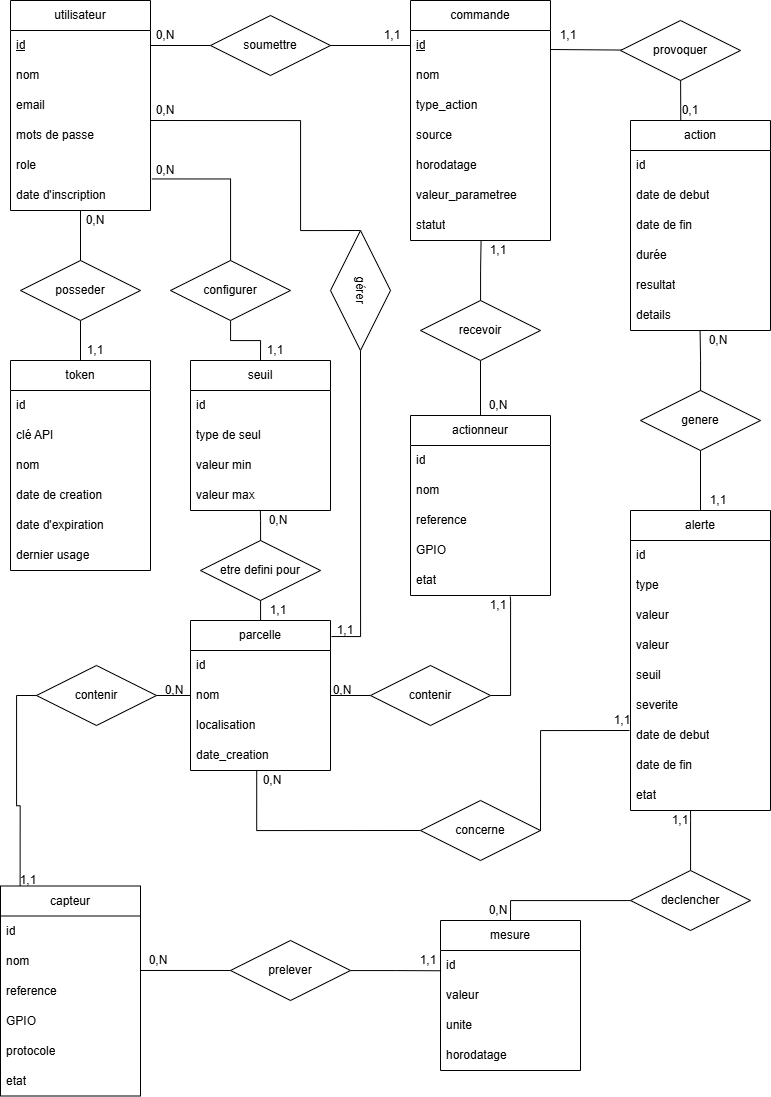
Shut1520/projet_integrateur keeps this draw.io diagram as Diagrammes/2.Merise_&_classe/MCD/MCD.png. Above is the earlier version. Source tidied: cells renumbered, new cells last; positions are measured from the earlier drawing's top-left corner, leaving out a move shared by most shapes.
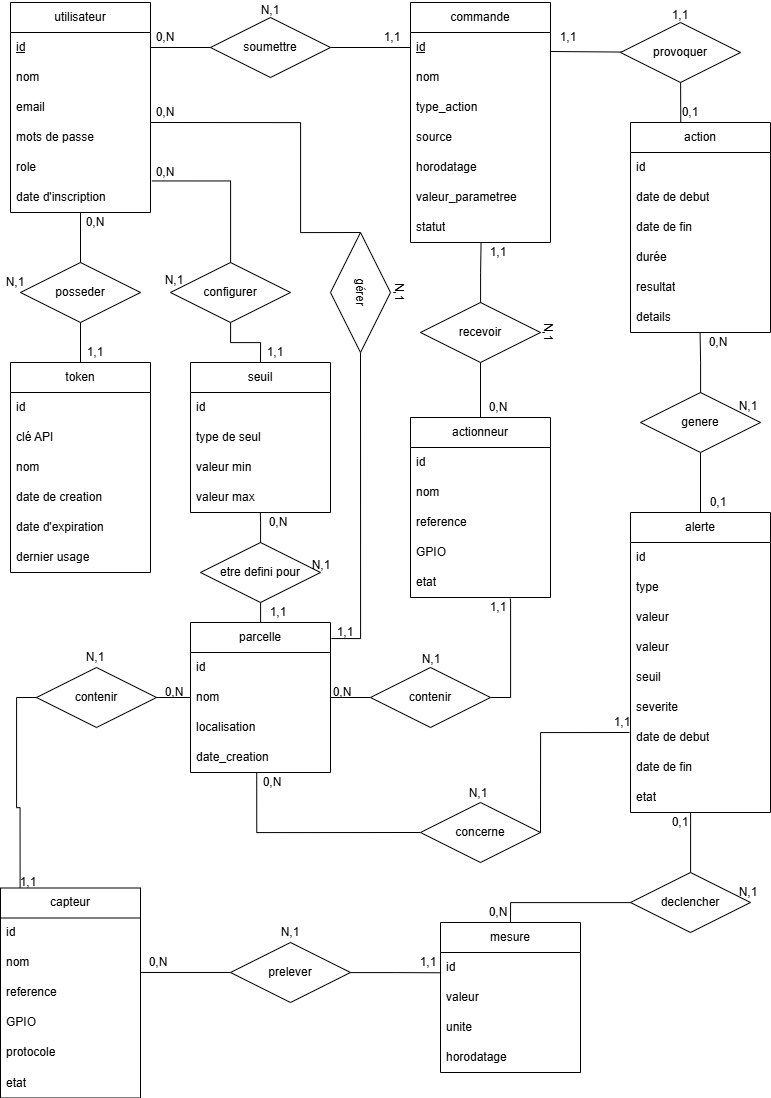
Above is the later version.

Diff of the diagram source:
```diff
@@ -396,7 +396,7 @@
     <mxCell id="120" value="0,N" style="text;html=1;whiteSpace=wrap;strokeColor=none;fillColor=none;align=center;verticalAlign=middle;rounded=0;" parent="1" vertex="1">
       <mxGeometry x="700" y="330" width="36" height="20" as="geometry" />
     </mxCell>
-    <mxCell id="121" value="1,1" style="text;html=1;whiteSpace=wrap;strokeColor=none;fillColor=none;align=center;verticalAlign=middle;rounded=0;" parent="1" vertex="1">
+    <mxCell id="121" value="0,1" style="text;html=1;whiteSpace=wrap;strokeColor=none;fillColor=none;align=center;verticalAlign=middle;rounded=0;" parent="1" vertex="1">
       <mxGeometry x="700" y="490" width="36" height="20" as="geometry" />
     </mxCell>
     <mxCell id="122" value="0,N" style="text;html=1;whiteSpace=wrap;strokeColor=none;fillColor=none;align=center;verticalAlign=middle;rounded=0;" parent="1" vertex="1">
@@ -414,7 +414,7 @@
     <mxCell id="126" value="0,N" style="text;html=1;whiteSpace=wrap;strokeColor=none;fillColor=none;align=center;verticalAlign=middle;rounded=0;" parent="1" vertex="1">
       <mxGeometry x="480" y="900" width="36" height="20" as="geometry" />
     </mxCell>
-    <mxCell id="127" value="1,1" style="text;html=1;whiteSpace=wrap;strokeColor=none;fillColor=none;align=center;verticalAlign=middle;rounded=0;" parent="1" vertex="1">
+    <mxCell id="127" value="0,1" style="text;html=1;whiteSpace=wrap;strokeColor=none;fillColor=none;align=center;verticalAlign=middle;rounded=0;" parent="1" vertex="1">
       <mxGeometry x="662" y="810" width="36" height="20" as="geometry" />
     </mxCell>
     <mxCell id="128" value="1,1" style="text;html=1;whiteSpace=wrap;strokeColor=none;fillColor=none;align=center;verticalAlign=middle;rounded=0;" parent="1" vertex="1">
@@ -435,5 +435,44 @@
     <mxCell id="133" value="1,1" style="text;html=1;whiteSpace=wrap;strokeColor=none;fillColor=none;align=center;verticalAlign=middle;rounded=0;" parent="1" vertex="1">
       <mxGeometry x="410" y="950" width="36" height="20" as="geometry" />
     </mxCell>
+    <mxCell id="134" value="N,1" style="text;html=1;whiteSpace=wrap;strokeColor=none;fillColor=none;align=center;verticalAlign=middle;rounded=0;" parent="1" vertex="1">
+      <mxGeometry x="255" y="-2" width="30" height="20" as="geometry" />
+    </mxCell>
+    <mxCell id="135" value="1,1" style="text;html=1;whiteSpace=wrap;strokeColor=none;fillColor=none;align=center;verticalAlign=middle;rounded=0;" parent="1" vertex="1">
+      <mxGeometry x="665" y="3" width="30" height="20" as="geometry" />
+    </mxCell>
+    <mxCell id="136" value="N,1" style="text;html=1;whiteSpace=wrap;strokeColor=none;fillColor=none;align=center;verticalAlign=middle;rounded=0;" parent="1" vertex="1">
+      <mxGeometry y="270" width="30" height="20" as="geometry" />
+    </mxCell>
+    <mxCell id="137" value="N,1" style="text;html=1;whiteSpace=wrap;strokeColor=none;fillColor=none;align=center;verticalAlign=middle;rounded=0;" parent="1" vertex="1">
+      <mxGeometry x="159" y="268" width="30" height="20" as="geometry" />
+    </mxCell>
+    <mxCell id="138" value="N,1" style="text;html=1;whiteSpace=wrap;strokeColor=none;fillColor=none;align=center;verticalAlign=middle;rounded=0;rotation=90;" parent="1" vertex="1">
+      <mxGeometry x="384" y="280" width="30" height="20" as="geometry" />
+    </mxCell>
+    <mxCell id="139" value="N,1" style="text;html=1;whiteSpace=wrap;strokeColor=none;fillColor=none;align=center;verticalAlign=middle;rounded=0;rotation=90;" parent="1" vertex="1">
+      <mxGeometry x="533" y="320" width="30" height="20" as="geometry" />
+    </mxCell>
+    <mxCell id="140" value="N,1" style="text;html=1;whiteSpace=wrap;strokeColor=none;fillColor=none;align=center;verticalAlign=middle;rounded=0;" parent="1" vertex="1">
+      <mxGeometry x="733" y="394" width="30" height="20" as="geometry" />
+    </mxCell>
+    <mxCell id="141" value="N,1" style="text;html=1;whiteSpace=wrap;strokeColor=none;fillColor=none;align=center;verticalAlign=middle;rounded=0;" parent="1" vertex="1">
+      <mxGeometry x="306" y="553" width="30" height="20" as="geometry" />
+    </mxCell>
+    <mxCell id="142" value="N,1" style="text;html=1;whiteSpace=wrap;strokeColor=none;fillColor=none;align=center;verticalAlign=middle;rounded=0;" parent="1" vertex="1">
+      <mxGeometry x="80" y="645" width="30" height="20" as="geometry" />
+    </mxCell>
+    <mxCell id="143" value="N,1" style="text;html=1;whiteSpace=wrap;strokeColor=none;fillColor=none;align=center;verticalAlign=middle;rounded=0;" parent="1" vertex="1">
+      <mxGeometry x="416" y="647" width="30" height="20" as="geometry" />
+    </mxCell>
+    <mxCell id="144" value="N,1" style="text;html=1;whiteSpace=wrap;strokeColor=none;fillColor=none;align=center;verticalAlign=middle;rounded=0;" parent="1" vertex="1">
+      <mxGeometry x="463" y="781" width="30" height="20" as="geometry" />
+    </mxCell>
+    <mxCell id="145" value="N,1" style="text;html=1;whiteSpace=wrap;strokeColor=none;fillColor=none;align=center;verticalAlign=middle;rounded=0;" parent="1" vertex="1">
+      <mxGeometry x="733" y="880" width="30" height="20" as="geometry" />
+    </mxCell>
+    <mxCell id="146" value="N,1" style="text;html=1;whiteSpace=wrap;strokeColor=none;fillColor=none;align=center;verticalAlign=middle;rounded=0;" parent="1" vertex="1">
+      <mxGeometry x="275" y="920" width="30" height="20" as="geometry" />
+    </mxCell>
   </root>
 </mxGraphModel>
```
